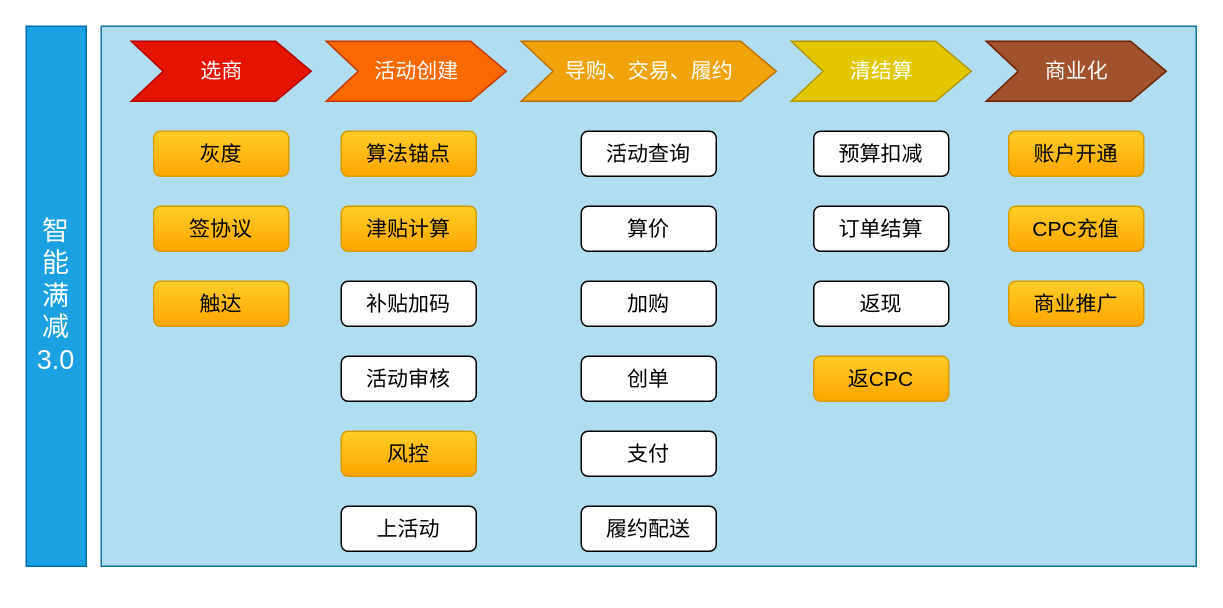
Before: 智能满减.drawio in jon-kong/draw.io, a draw.io diagram. Source tidied: cells renumbered, new cells numbered last; positions are measured from the earlier drawing's top-left corner, leaving out a move shared by most shapes. Both pictures are drawn from the tidied source at 150%, with x=0, y=0 at pixel (26, 26).
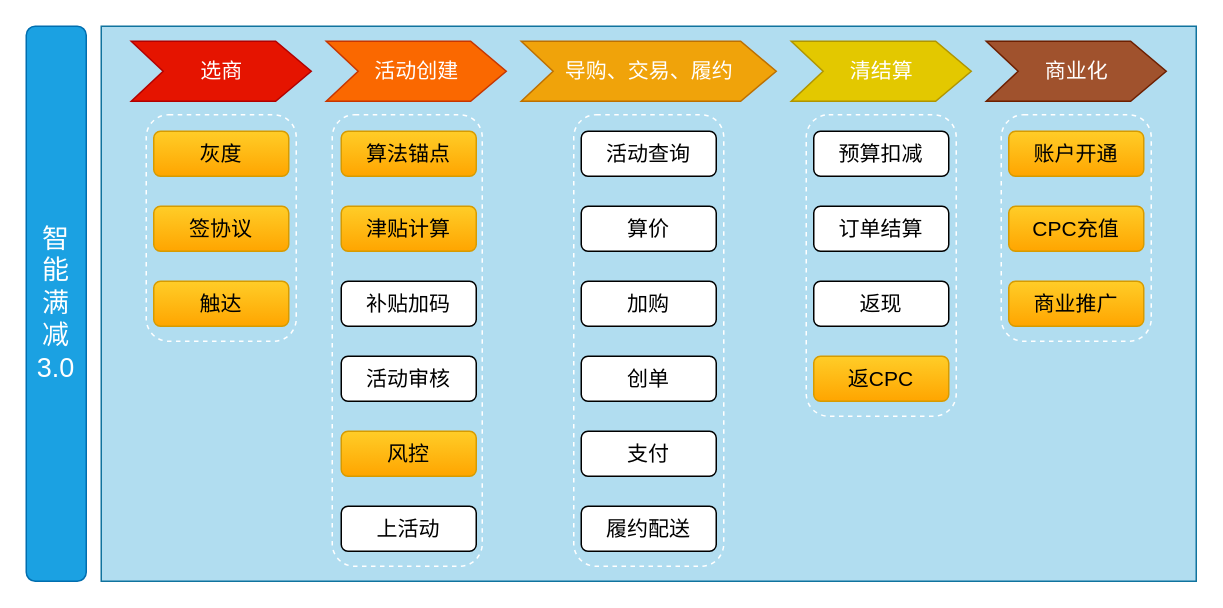
The same diagram, later.

The edit, as a diff of the source:
```diff
@@
+    <mxCell id="3" style="rounded=0;whiteSpace=wrap;html=1;fontSize=18;fillColor=#b1ddf0;strokeColor=#10739e;" parent="1" vertex="1">
+      <mxGeometry x="50" width="730" height="370" as="geometry" />
+    </mxCell>
+    <mxCell id="31" style="rounded=1;whiteSpace=wrap;html=1;fontSize=14;dashed=1;fillColor=none;strokeColor=#FFFFFF;" parent="1" vertex="1">
+      <mxGeometry x="80" y="59" width="100" height="151" as="geometry" />
+    </mxCell>
-    <mxCell id="2" value="智&lt;br style=&quot;font-size: 18px;&quot;&gt;能&lt;br style=&quot;font-size: 18px;&quot;&gt;满&lt;br style=&quot;font-size: 18px;&quot;&gt;减&lt;br style=&quot;font-size: 18px;&quot;&gt;3.0" style="rounded=0;whiteSpace=wrap;html=1;fontSize=18;fillColor=#1ba1e2;strokeColor=#006EAF;fontColor=#ffffff;" parent="1" vertex="1">
-      <mxGeometry width="40" height="360" as="geometry" />
+    <mxCell id="2" value="智&lt;br style=&quot;font-size: 18px;&quot;&gt;能&lt;br style=&quot;font-size: 18px;&quot;&gt;满&lt;br style=&quot;font-size: 18px;&quot;&gt;减&lt;br style=&quot;font-size: 18px;&quot;&gt;3.0" style="rounded=1;whiteSpace=wrap;html=1;fontSize=18;fillColor=#1ba1e2;strokeColor=#006EAF;fontColor=#ffffff;" parent="1" vertex="1">
+      <mxGeometry width="40" height="370" as="geometry" />
     </mxCell>
-    <mxCell id="3" style="rounded=0;whiteSpace=wrap;html=1;fontSize=18;fillColor=#b1ddf0;strokeColor=#10739e;" parent="1" vertex="1">
-      <mxGeometry x="50" width="730" height="360" as="geometry" />
-    </mxCell>
@@
+    <mxCell id="32" style="rounded=1;whiteSpace=wrap;html=1;fontSize=14;dashed=1;fillColor=none;strokeColor=#FFFFFF;" parent="1" vertex="1">
+      <mxGeometry x="204" y="59" width="100" height="301" as="geometry" />
+    </mxCell>
+    <mxCell id="33" style="rounded=1;whiteSpace=wrap;html=1;fontSize=14;dashed=1;fillColor=none;strokeColor=#FFFFFF;" parent="1" vertex="1">
+      <mxGeometry x="365" y="59" width="100" height="301" as="geometry" />
+    </mxCell>
+    <mxCell id="34" style="rounded=1;whiteSpace=wrap;html=1;fontSize=14;dashed=1;fillColor=none;strokeColor=#FFFFFF;" parent="1" vertex="1">
+      <mxGeometry x="520" y="59" width="100" height="201" as="geometry" />
+    </mxCell>
+    <mxCell id="35" style="rounded=1;whiteSpace=wrap;html=1;fontSize=14;dashed=1;fillColor=none;strokeColor=#FFFFFF;" parent="1" vertex="1">
+      <mxGeometry x="650" y="59" width="100" height="151" as="geometry" />
+    </mxCell>
```
